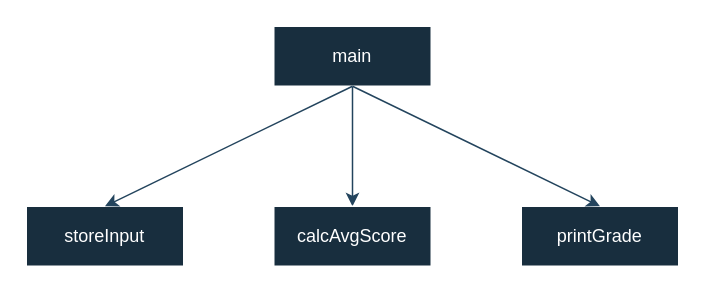
Above: page "score_avg" (1 of 4) of structure_charts.drawio in Jebbxrs/c_proj (draw.io), before the change. Source tidied: cells renumbered, new cells numbered last; positions are measured from the earlier drawing's top-left corner, leaving out a move shared by most shapes. Both pictures are drawn from the tidied source at 150%, with x=0, y=0 at pixel (26, 26).
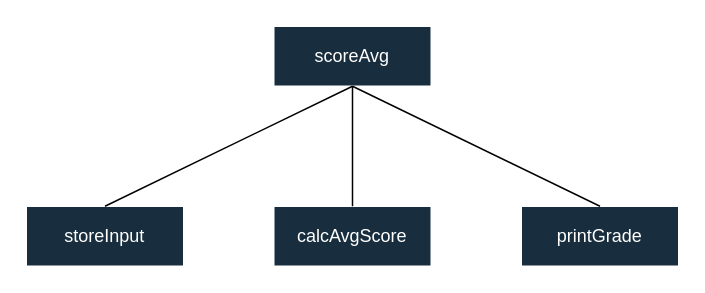
The same diagram, later.

The edit, as a diff of the source:
```diff
@@
 <mxGraphModel>
   <root>
     <mxCell id="0" />
     <mxCell id="1" parent="0" />
-    <mxCell id="2" style="edgeStyle=orthogonalEdgeStyle;rounded=0;jettySize=auto;html=1;labelBackgroundColor=none;strokeColor=#23445D;fontColor=default;" parent="1" edge="1" source="3" target="5">
-      <mxGeometry relative="1" as="geometry" />
-    </mxCell>
-    <mxCell id="3" value="main" style="rounded=0;whiteSpace=wrap;html=1;labelBackgroundColor=none;fillColor=#182E3E;strokeColor=#FFFFFF;fontColor=#FFFFFF;" parent="1" vertex="1">
+    <mxCell id="3" value="scoreAvg" style="rounded=0;whiteSpace=wrap;html=1;labelBackgroundColor=none;fillColor=#182E3E;strokeColor=#FFFFFF;fontColor=#FFFFFF;" parent="1" vertex="1">
       <mxGeometry x="165" width="105" height="40" as="geometry" />
     </mxCell>
     <mxCell id="4" value="storeInput" style="rounded=0;whiteSpace=wrap;html=1;labelBackgroundColor=none;fillColor=#182E3E;strokeColor=#FFFFFF;fontColor=#FFFFFF;" parent="1" vertex="1">
       <mxGeometry y="120" width="105" height="40" as="geometry" />
     </mxCell>
     <mxCell id="5" value="calcAvgScore" style="rounded=0;whiteSpace=wrap;html=1;labelBackgroundColor=none;fillColor=#182E3E;strokeColor=#FFFFFF;fontColor=#FFFFFF;" parent="1" vertex="1">
       <mxGeometry x="165" y="120" width="105" height="40" as="geometry" />
     </mxCell>
     <mxCell id="6" value="printGrade" style="rounded=0;whiteSpace=wrap;html=1;labelBackgroundColor=none;fillColor=#182E3E;strokeColor=#FFFFFF;fontColor=#FFFFFF;" parent="1" vertex="1">
       <mxGeometry x="330" y="120" width="105" height="40" as="geometry" />
     </mxCell>
-    <mxCell id="7" style="endArrow=classic;html=1;rounded=0;strokeColor=#23445D;exitX=0.5;exitY=1;exitDx=0;exitDy=0;entryX=0.5;entryY=0;entryDx=0;entryDy=0;" parent="1" edge="1" source="3" target="4">
-      <mxGeometry relative="1" as="geometry" />
-    </mxCell>
-    <mxCell id="8" style="endArrow=classic;html=1;rounded=0;strokeColor=#23445D;exitX=0.5;exitY=1;exitDx=0;exitDy=0;entryX=0.5;entryY=0;entryDx=0;entryDy=0;" parent="1" edge="1" source="3" target="6">
-      <mxGeometry relative="1" as="geometry" />
-    </mxCell>
+    <mxCell id="9" style="endArrow=none;html=1;rounded=0;exitX=0.5;exitY=0;exitDx=0;exitDy=0;entryX=0.5;entryY=1;entryDx=0;entryDy=0;" parent="1" edge="1" source="4" target="3">
+      <mxGeometry relative="1" as="geometry" />
+    </mxCell>
+    <mxCell id="10" style="endArrow=none;html=1;rounded=0;entryX=0.5;entryY=1;entryDx=0;entryDy=0;exitX=0.5;exitY=0;exitDx=0;exitDy=0;" parent="1" edge="1" source="5" target="3">
+      <mxGeometry relative="1" as="geometry" />
+    </mxCell>
+    <mxCell id="11" style="endArrow=none;html=1;rounded=0;entryX=0.5;entryY=1;entryDx=0;entryDy=0;exitX=0.5;exitY=0;exitDx=0;exitDy=0;" parent="1" edge="1" source="6" target="3">
+      <mxGeometry relative="1" as="geometry" />
+    </mxCell>
   </root>
 </mxGraphModel>
```
